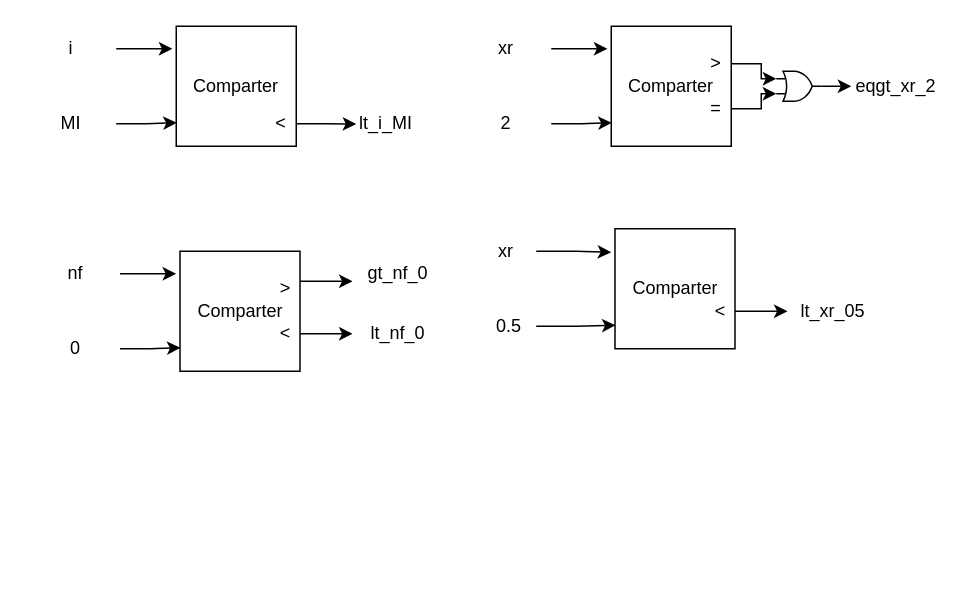
Above: status_signals.drawio in 0xByteRush/COE302 (draw.io), before the change. Source tidied: cells renumbered, new cells numbered last; positions are measured from the earlier drawing's top-left corner, leaving out a move shared by most shapes. Both pictures are drawn from the tidied source at 150%, with x=0, y=0 at pixel (26, 26).
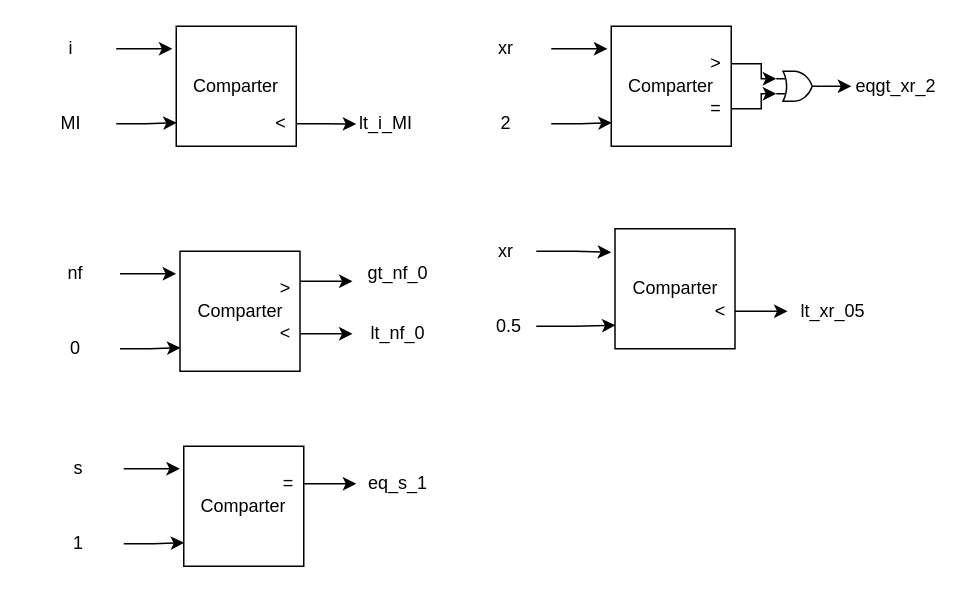
Above is the later version.

Commit message:
nearly there

Change to the diagram source:
```diff
@@
+    <mxCell id="41" value="Comparter" style="whiteSpace=wrap;html=1;" parent="1" vertex="1">
+      <mxGeometry x="105" y="280" width="80" height="80" as="geometry" />
+    </mxCell>
+    <mxCell id="42" value="s" style="text;html=1;whiteSpace=wrap;strokeColor=none;fillColor=none;align=center;verticalAlign=middle;rounded=0;" parent="1" vertex="1">
+      <mxGeometry x="5" y="280" width="60" height="30" as="geometry" />
+    </mxCell>
+    <mxCell id="43" style="edgeStyle=orthogonalEdgeStyle;rounded=0;jettySize=auto;html=1;exitX=1;exitY=0.5;exitDx=0;exitDy=0;entryX=-0.032;entryY=0.196;entryDx=0;entryDy=0;entryPerimeter=0;" parent="1" edge="1" source="42" target="41">
+      <mxGeometry relative="1" as="geometry" />
+    </mxCell>
+    <mxCell id="44" value="1" style="text;html=1;whiteSpace=wrap;strokeColor=none;fillColor=none;align=center;verticalAlign=middle;rounded=0;" parent="1" vertex="1">
+      <mxGeometry x="5" y="330" width="60" height="30" as="geometry" />
+    </mxCell>
+    <mxCell id="45" style="edgeStyle=orthogonalEdgeStyle;rounded=0;jettySize=auto;html=1;exitX=1;exitY=0.5;exitDx=0;exitDy=0;entryX=0.004;entryY=0.804;entryDx=0;entryDy=0;entryPerimeter=0;" parent="1" edge="1" source="44" target="41">
+      <mxGeometry relative="1" as="geometry" />
+    </mxCell>
+    <mxCell id="46" style="edgeStyle=orthogonalEdgeStyle;rounded=0;jettySize=auto;html=1;exitX=1;exitY=0.5;exitDx=0;exitDy=0;" parent="1" edge="1" source="47">
+      <mxGeometry relative="1" as="geometry">
+        <mxPoint x="220" y="305.2" as="targetPoint" />
+      </mxGeometry>
+    </mxCell>
+    <mxCell id="47" value="=" style="text;html=1;whiteSpace=wrap;strokeColor=none;fillColor=none;align=center;verticalAlign=middle;rounded=0;" parent="1" vertex="1">
+      <mxGeometry x="165" y="300" width="20" height="10" as="geometry" />
+    </mxCell>
+    <mxCell id="48" value="eq_s_1" style="text;html=1;whiteSpace=wrap;strokeColor=none;fillColor=none;align=center;verticalAlign=middle;rounded=0;" parent="1" vertex="1">
+      <mxGeometry x="217.5" y="290" width="60" height="30" as="geometry" />
+    </mxCell>
```
